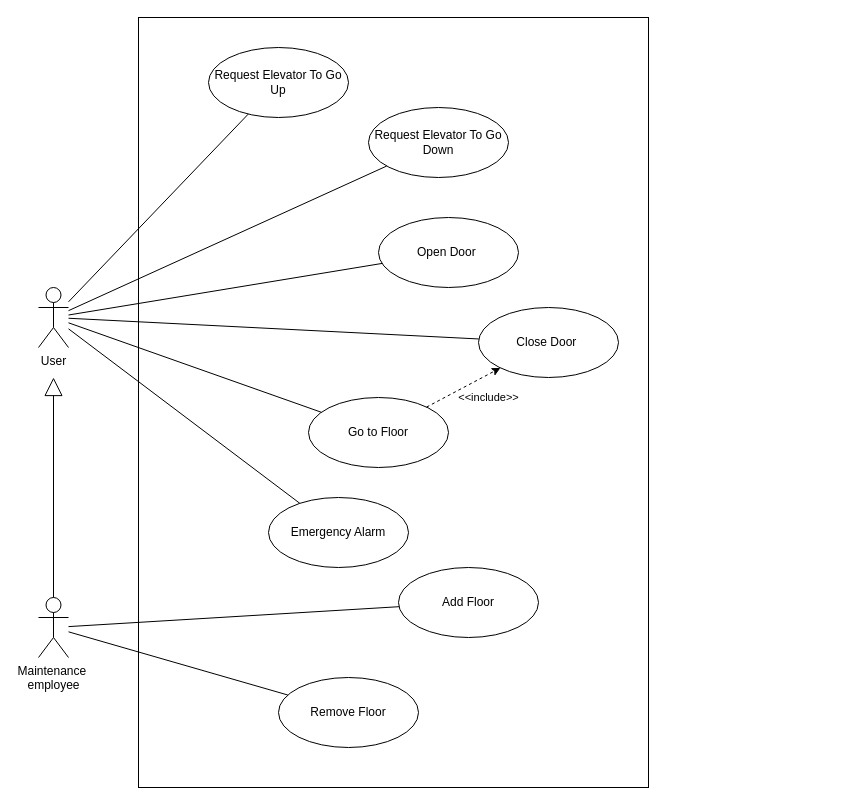
smaule1/Proyecto-Requerimientos keeps this draw.io diagram as ModeloCasosUso.drawio. Above is the earlier version. Source tidied: cells renumbered, new cells numbered last; positions are measured from the earlier drawing's top-left corner, leaving out a move shared by most shapes. Both pictures are drawn from the tidied source at 100%, with x=0, y=0 at pixel (38, 17).
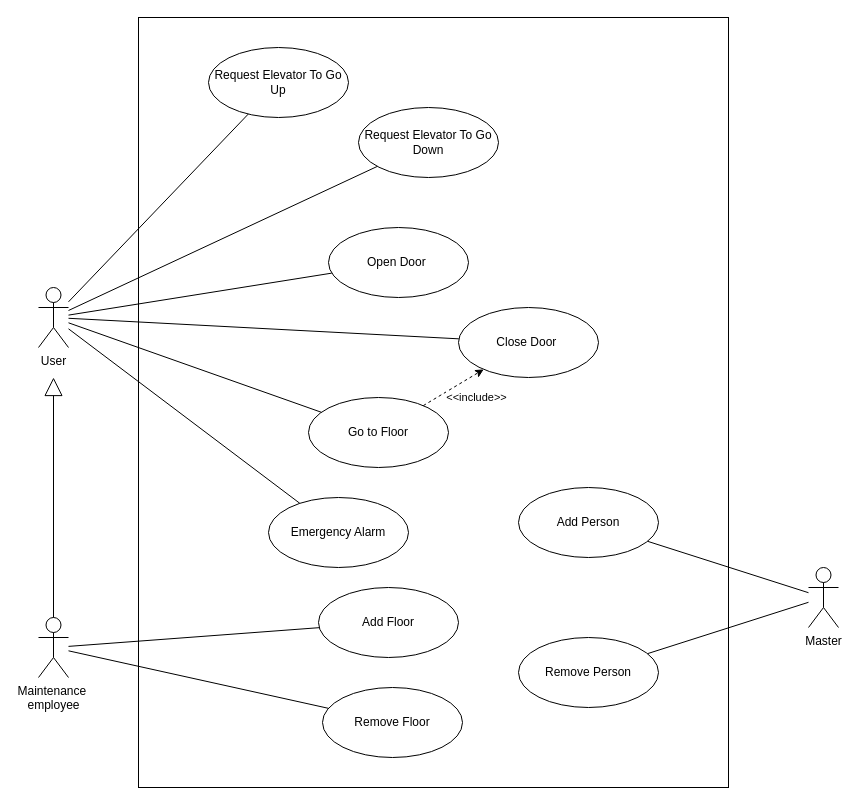
The same page after the edit.

What changed in the source:
```diff
@@
     <mxCell id="2" style="whiteSpace=wrap;html=1;" parent="1" vertex="1">
-      <mxGeometry x="100" width="510" height="770" as="geometry" />
+      <mxGeometry x="100" width="590" height="770" as="geometry" />
     </mxCell>
     <mxCell id="3" value="Close Door&amp;nbsp;" style="ellipse;whiteSpace=wrap;html=1;" parent="1" vertex="1">
-      <mxGeometry x="440" y="290" width="140" height="70" as="geometry" />
+      <mxGeometry x="420" y="290" width="140" height="70" as="geometry" />
     </mxCell>
@@
     <mxCell id="5" value="Open Door&amp;nbsp;" style="ellipse;whiteSpace=wrap;html=1;" parent="1" vertex="1">
-      <mxGeometry x="340" y="200" width="140" height="70" as="geometry" />
+      <mxGeometry x="290" y="210" width="140" height="70" as="geometry" />
     </mxCell>
@@
     <mxCell id="7" value="Add Floor" style="ellipse;whiteSpace=wrap;html=1;" parent="1" vertex="1">
-      <mxGeometry x="360" y="550" width="140" height="70" as="geometry" />
+      <mxGeometry x="280" y="570" width="140" height="70" as="geometry" />
     </mxCell>
     <mxCell id="8" value="Remove Floor" style="ellipse;whiteSpace=wrap;html=1;" parent="1" vertex="1">
-      <mxGeometry x="240" y="660" width="140" height="70" as="geometry" />
+      <mxGeometry x="284" y="670" width="140" height="70" as="geometry" />
     </mxCell>
@@
     <mxCell id="10" value="Request Elevator To Go Down" style="ellipse;whiteSpace=wrap;html=1;" parent="1" vertex="1">
-      <mxGeometry x="330" y="90" width="140" height="70" as="geometry" />
+      <mxGeometry x="320" y="90" width="140" height="70" as="geometry" />
     </mxCell>
@@
     <mxCell id="12" value="Maintenance&amp;nbsp;&lt;div&gt;employee&lt;/div&gt;" style="shape=umlActor;verticalLabelPosition=bottom;verticalAlign=top;html=1;" parent="1" vertex="1">
-      <mxGeometry y="580" width="30" height="60" as="geometry" />
+      <mxGeometry y="600" width="30" height="60" as="geometry" />
     </mxCell>
@@
+    <mxCell id="23" value="Master" style="shape=umlActor;verticalLabelPosition=bottom;verticalAlign=top;html=1;" parent="1" vertex="1">
+      <mxGeometry x="770" y="550" width="30" height="60" as="geometry" />
+    </mxCell>
+    <mxCell id="24" value="&lt;div&gt;&lt;span style=&quot;background-color: initial;&quot;&gt;Remove Person&lt;/span&gt;&lt;br&gt;&lt;/div&gt;" style="ellipse;whiteSpace=wrap;html=1;" parent="1" vertex="1">
+      <mxGeometry x="480" y="620" width="140" height="70" as="geometry" />
+    </mxCell>
+    <mxCell id="25" value="Add Person" style="ellipse;whiteSpace=wrap;html=1;" parent="1" vertex="1">
+      <mxGeometry x="480" y="470" width="140" height="70" as="geometry" />
+    </mxCell>
+    <mxCell id="26" style="endArrow=none;html=1;rounded=0;" parent="1" edge="1" source="25" target="23">
+      <mxGeometry relative="1" as="geometry" />
+    </mxCell>
+    <mxCell id="27" style="endArrow=none;html=1;rounded=0;" parent="1" edge="1" source="23" target="24">
+      <mxGeometry relative="1" as="geometry" />
+    </mxCell>
```
